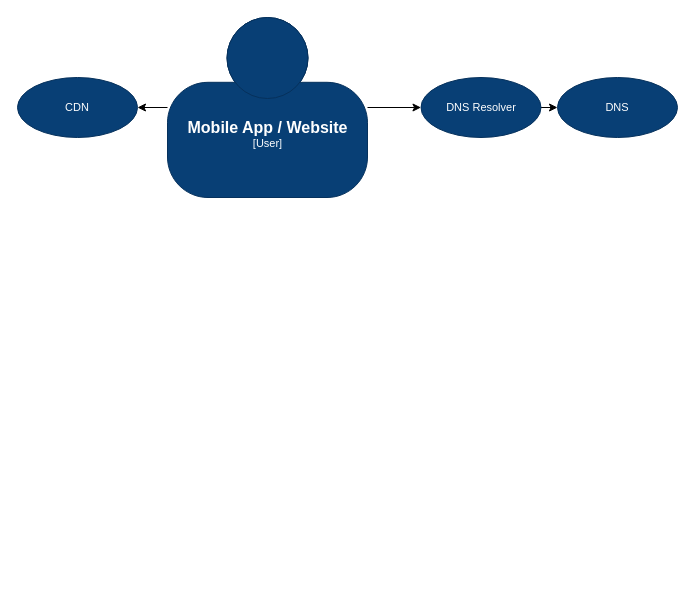
praveeng2206/Architecture keeps this draw.io diagram as Untitled Diagram.drawio. Above is the earlier version. Source tidied: cells renumbered, new cells numbered last; positions are measured from the earlier drawing's top-left corner, leaving out a move shared by most shapes. Both pictures are drawn from the tidied source at 100%, with x=0, y=0 at pixel (17, 17).
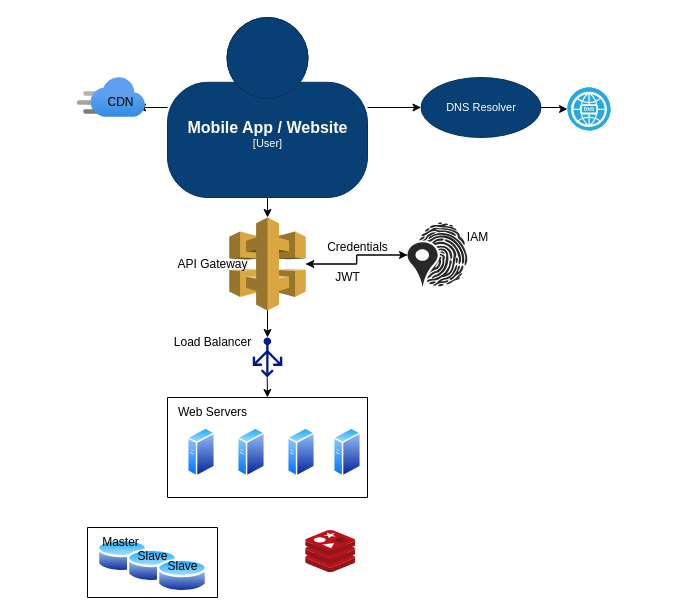
Above is the later version.

Unchanged cells that the change refers to:
```xml
<object id="4" label="&lt;font style=&quot;font-size: 16px&quot;&gt;&lt;b&gt;%c4Name%&lt;/b&gt;&lt;/font&gt;&lt;div&gt;[%c4Type%]&lt;/div&gt;&lt;br&gt;&lt;div&gt;&lt;font style=&quot;font-size: 11px&quot;&gt;&lt;font color=&quot;#cccccc&quot;&gt;%c4Description%&lt;/font&gt;&lt;/div&gt;" c4Description="" c4Name="Mobile App / Website" c4Type="User" placeholders="1">
  <mxCell style="html=1;fontSize=11;dashed=0;whitespace=wrap;fillColor=#083F75;strokeColor=#06315C;fontColor=#ffffff;shape=mxgraph.c4.person2;align=center;points=[[0.5,0,0],[1,0.5,0],[1,0.75,0],[0.75,1,0],[0.5,1,0],[0.25,1,0],[0,0.75,0],[0,0.5,0]];" parent="1" vertex="1">
    <mxGeometry x="150" width="200" height="180" as="geometry" />
  </mxCell>
</object>
<mxCell id="6" value="DNS Resolver" style="ellipse;whiteSpace=wrap;html=1;fontSize=11;fillColor=#083F75;strokeColor=#06315C;fontColor=#ffffff;dashed=0;" parent="1" vertex="1">
  <mxGeometry x="403.5" y="60" width="120" height="60" as="geometry" />
</mxCell>
```

Change to the diagram source:
```diff
@@
-    <mxCell id="3" style="edgeStyle=orthogonalEdgeStyle;rounded=0;jettySize=auto;html=1;" parent="1" edge="1" source="4" target="8">
-      <mxGeometry relative="1" as="geometry" />
+    <mxCell id="3" style="edgeStyle=orthogonalEdgeStyle;rounded=0;jettySize=auto;html=1;" parent="1" edge="1" source="4">
+      <mxGeometry relative="1" as="geometry">
+        <mxPoint x="120" y="90" as="targetPoint" />
+      </mxGeometry>
     </mxCell>
+    <mxCell id="9" style="edgeStyle=orthogonalEdgeStyle;rounded=0;jettySize=auto;html=1;" parent="1" edge="1" source="4">
+      <mxGeometry relative="1" as="geometry">
+        <mxPoint x="250" y="200" as="targetPoint" />
+      </mxGeometry>
+    </mxCell>
@@
-    <mxCell id="5" style="edgeStyle=orthogonalEdgeStyle;rounded=0;jettySize=auto;html=1;" parent="1" edge="1" target="7">
-      <mxGeometry relative="1" as="geometry">
-        <mxPoint x="470" y="110" as="sourcePoint" />
-      </mxGeometry>
-    </mxCell>
+    <mxCell id="10" style="edgeStyle=orthogonalEdgeStyle;rounded=0;jettySize=auto;html=1;" parent="1" edge="1" source="6" target="23">
+      <mxGeometry relative="1" as="geometry" />
+    </mxCell>
@@
-    <mxCell id="7" value="DNS" style="ellipse;whiteSpace=wrap;html=1;fontSize=11;fillColor=#083F75;strokeColor=#06315C;fontColor=#ffffff;dashed=0;" parent="1" vertex="1">
-      <mxGeometry x="540" y="60" width="120" height="60" as="geometry" />
-    </mxCell>
+    <mxCell id="11" style="edgeStyle=orthogonalEdgeStyle;rounded=0;orthogonalLoop=1;jettySize=auto;html=1;" parent="1" edge="1">
+      <mxGeometry relative="1" as="geometry">
+        <mxPoint x="250" y="260" as="sourcePoint" />
+        <mxPoint x="250" y="320" as="targetPoint" />
+      </mxGeometry>
+    </mxCell>
+    <mxCell id="12" style="swimlane;startSize=0;" parent="1" vertex="1">
+      <mxGeometry x="150" y="380" width="200" height="100" as="geometry" />
+    </mxCell>
+    <mxCell id="13" style="perimeter=ellipsePerimeter;html=1;align=center;shadow=0;dashed=0;spacingTop=3;image;image=img/lib/active_directory/generic_server.svg;" parent="12" vertex="1">
+      <mxGeometry x="20" y="30" width="28" height="50" as="geometry" />
+    </mxCell>
+    <mxCell id="14" style="perimeter=ellipsePerimeter;html=1;align=center;shadow=0;dashed=0;spacingTop=3;image;image=img/lib/active_directory/generic_server.svg;" parent="12" vertex="1">
+      <mxGeometry x="70" y="30" width="28" height="50" as="geometry" />
+    </mxCell>
+    <mxCell id="15" style="perimeter=ellipsePerimeter;html=1;align=center;shadow=0;dashed=0;spacingTop=3;image;image=img/lib/active_directory/generic_server.svg;" parent="12" vertex="1">
+      <mxGeometry x="120" y="30" width="28" height="50" as="geometry" />
+    </mxCell>
+    <mxCell id="16" style="perimeter=ellipsePerimeter;html=1;align=center;shadow=0;dashed=0;spacingTop=3;image;image=img/lib/active_directory/generic_server.svg;" parent="12" vertex="1">
+      <mxGeometry x="166" y="30" width="28" height="50" as="geometry" />
+    </mxCell>
+    <mxCell id="17" value="Web Servers" style="text;html=1;align=center;verticalAlign=middle;strokeColor=none;fillColor=none;" parent="12" vertex="1">
+      <mxGeometry width="90" height="30" as="geometry" />
+    </mxCell>
+    <mxCell id="18" style="edgeStyle=orthogonalEdgeStyle;rounded=0;jettySize=auto;html=1;exitX=0.49;exitY=1;exitDx=0;exitDy=0;exitPerimeter=0;entryX=0.5;entryY=0;entryDx=0;entryDy=0;" parent="1" edge="1" source="19" target="12">
+      <mxGeometry relative="1" as="geometry" />
+    </mxCell>
+    <mxCell id="19" style="sketch=0;shadow=0;dashed=0;html=1;strokeColor=none;labelPosition=center;verticalLabelPosition=bottom;verticalAlign=top;align=center;fillColor=#00188D;shape=mxgraph.azure.load_balancer_generic;" parent="1" vertex="1">
+      <mxGeometry x="235.2" y="320" width="29.6" height="40" as="geometry" />
+    </mxCell>
+    <mxCell id="20" style="edgeStyle=orthogonalEdgeStyle;rounded=0;jettySize=auto;html=1;" parent="1" edge="1" source="21" target="25">
+      <mxGeometry relative="1" as="geometry" />
+    </mxCell>
+    <mxCell id="21" style="outlineConnect=0;dashed=0;verticalLabelPosition=bottom;verticalAlign=top;align=center;html=1;shape=mxgraph.aws3.api_gateway;fillColor=#D9A741;gradientColor=none;" parent="1" vertex="1">
+      <mxGeometry x="211.8" y="200" width="76.5" height="93" as="geometry" />
+    </mxCell>
+    <mxCell id="22" style="html=1;align=center;image;fontSize=12;image=img/lib/azure2/app_services/CDN_Profiles.svg;" parent="1" vertex="1">
+      <mxGeometry x="60" y="60" width="68" height="40" as="geometry" />
+    </mxCell>
-    <mxCell id="8" value="CDN" style="ellipse;whiteSpace=wrap;html=1;fontSize=11;fillColor=#083F75;strokeColor=#06315C;fontColor=#ffffff;dashed=0;" parent="1" vertex="1">
-      <mxGeometry y="60" width="120" height="60" as="geometry" />
+    <mxCell id="8" value="CDN" style="text;html=1;align=center;verticalAlign=middle;points=[];strokeColor=none;fillColor=none;" parent="1" vertex="1">
+      <mxGeometry x="78" y="70" width="50" height="30" as="geometry" />
     </mxCell>
+    <mxCell id="23" style="fillColor=#28A8E0;verticalLabelPosition=bottom;sketch=0;html=1;strokeColor=#ffffff;verticalAlign=top;align=center;points=[[0.145,0.145,0],[0.5,0,0],[0.855,0.145,0],[1,0.5,0],[0.855,0.855,0],[0.5,1,0],[0.145,0.855,0],[0,0.5,0]];shape=mxgraph.cisco_safe.compositeIcon;bgIcon=ellipse;resIcon=mxgraph.cisco_safe.capability.dns;" parent="1" vertex="1">
+      <mxGeometry x="550" y="70" width="43" height="43" as="geometry" />
+    </mxCell>
+    <mxCell id="24" style="edgeStyle=orthogonalEdgeStyle;rounded=0;jettySize=auto;html=1;" parent="1" edge="1" source="25" target="21">
+      <mxGeometry relative="1" as="geometry" />
+    </mxCell>
+    <mxCell id="25" style="verticalLabelPosition=bottom;sketch=0;html=1;fillColor=#282828;strokeColor=none;verticalAlign=top;align=center;shape=mxgraph.cisco_safe.security_icons.iam;" parent="1" vertex="1">
+      <mxGeometry x="390" y="205" width="60" height="65" as="geometry" />
+    </mxCell>
+    <mxCell id="26" value="Credentials" style="text;html=1;align=center;verticalAlign=middle;strokeColor=none;fillColor=none;" parent="1" vertex="1">
+      <mxGeometry x="300" y="215" width="80" height="30" as="geometry" />
+    </mxCell>
+    <mxCell id="27" value="JWT" style="text;html=1;align=center;verticalAlign=middle;strokeColor=none;fillColor=none;" parent="1" vertex="1">
+      <mxGeometry x="305" y="245" width="50" height="30" as="geometry" />
+    </mxCell>
+    <mxCell id="28" value="IAM" style="text;html=1;align=center;verticalAlign=middle;strokeColor=none;fillColor=none;" parent="1" vertex="1">
+      <mxGeometry x="440" y="205" width="40" height="30" as="geometry" />
+    </mxCell>
+    <mxCell id="29" value="API Gateway" style="text;html=1;align=center;verticalAlign=middle;strokeColor=none;fillColor=none;" parent="1" vertex="1">
+      <mxGeometry x="150" y="231.5" width="90" height="30" as="geometry" />
+    </mxCell>
+    <mxCell id="30" style="perimeter=ellipsePerimeter;html=1;align=center;shadow=0;dashed=0;spacingTop=3;image;image=img/lib/active_directory/database.svg;" parent="1" vertex="1">
+      <mxGeometry x="80" y="520" width="50" height="37" as="geometry" />
+    </mxCell>
+    <mxCell id="31" style="perimeter=ellipsePerimeter;html=1;align=center;shadow=0;dashed=0;spacingTop=3;image;image=img/lib/active_directory/database.svg;" parent="1" vertex="1">
+      <mxGeometry x="110" y="530" width="50" height="37" as="geometry" />
+    </mxCell>
+    <mxCell id="32" style="perimeter=ellipsePerimeter;html=1;align=center;shadow=0;dashed=0;spacingTop=3;image;image=img/lib/active_directory/database.svg;" parent="1" vertex="1">
+      <mxGeometry x="140" y="540" width="50" height="37" as="geometry" />
+    </mxCell>
+    <mxCell id="33" style="swimlane;startSize=0;" parent="1" vertex="1">
+      <mxGeometry x="70" y="510" width="130" height="70" as="geometry" />
+    </mxCell>
+    <mxCell id="34" value="Slave" style="text;html=1;align=center;verticalAlign=middle;strokeColor=none;fillColor=none;" parent="33" vertex="1">
+      <mxGeometry x="40" y="13.5" width="50" height="30" as="geometry" />
+    </mxCell>
+    <mxCell id="35" value="Slave" style="text;html=1;align=center;verticalAlign=middle;strokeColor=none;fillColor=none;" parent="33" vertex="1">
+      <mxGeometry x="70" y="23.5" width="50" height="30" as="geometry" />
+    </mxCell>
+    <mxCell id="36" style="sketch=0;html=1;align=center;image;fontSize=12;image=img/lib/mscae/Cache_Redis_Product.svg;" parent="1" vertex="1">
+      <mxGeometry x="288.2" y="513" width="50" height="42" as="geometry" />
+    </mxCell>
+    <mxCell id="37" value="Master" style="text;html=1;align=center;verticalAlign=middle;strokeColor=none;fillColor=none;" parent="1" vertex="1">
+      <mxGeometry x="73" y="510" width="60" height="30" as="geometry" />
+    </mxCell>
+    <mxCell id="38" value="Load Balancer" style="text;html=1;align=center;verticalAlign=middle;strokeColor=none;fillColor=none;" parent="1" vertex="1">
+      <mxGeometry x="145" y="310" width="100" height="30" as="geometry" />
+    </mxCell>
```
